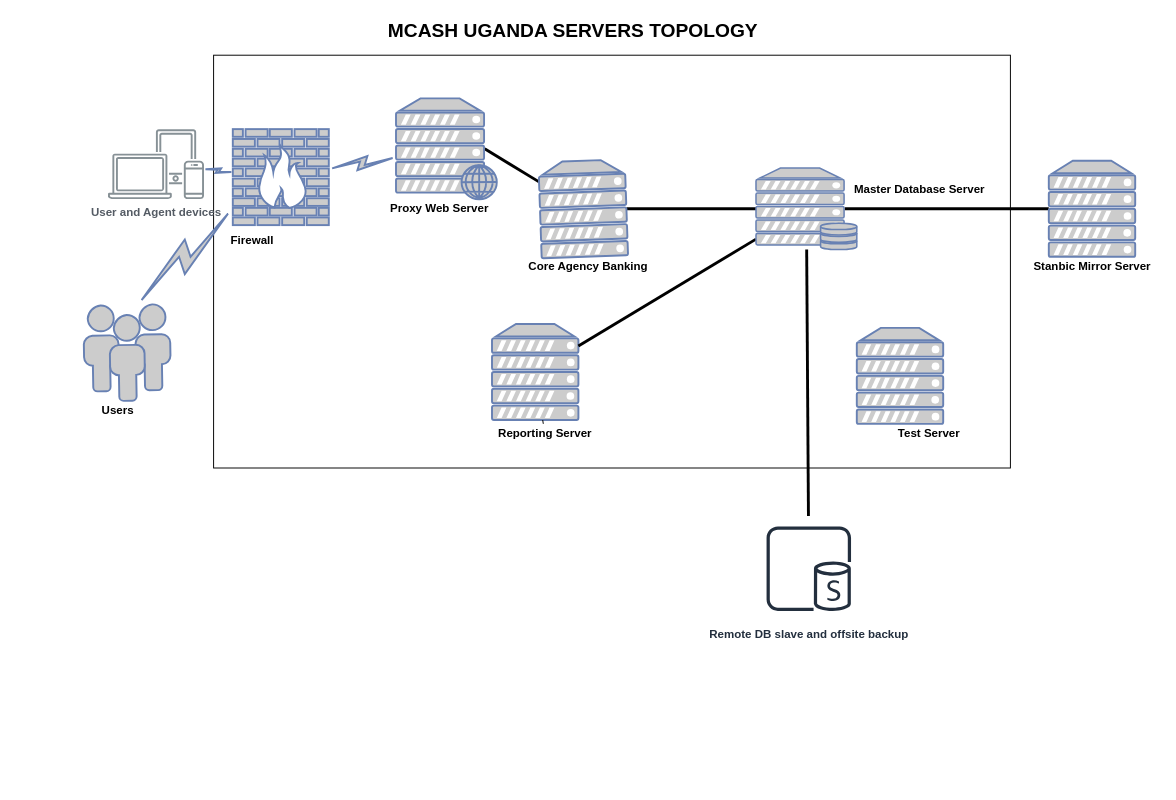
Before: Untitled Diagram.drawio in aaronmaj/diagrams, a draw.io diagram. Source tidied: cells renumbered, new cells numbered last; positions are measured from the earlier drawing's top-left corner, leaving out a move shared by most shapes. Both pictures are drawn from the tidied source at 96%, with x=0, y=0 at pixel (84, 16).
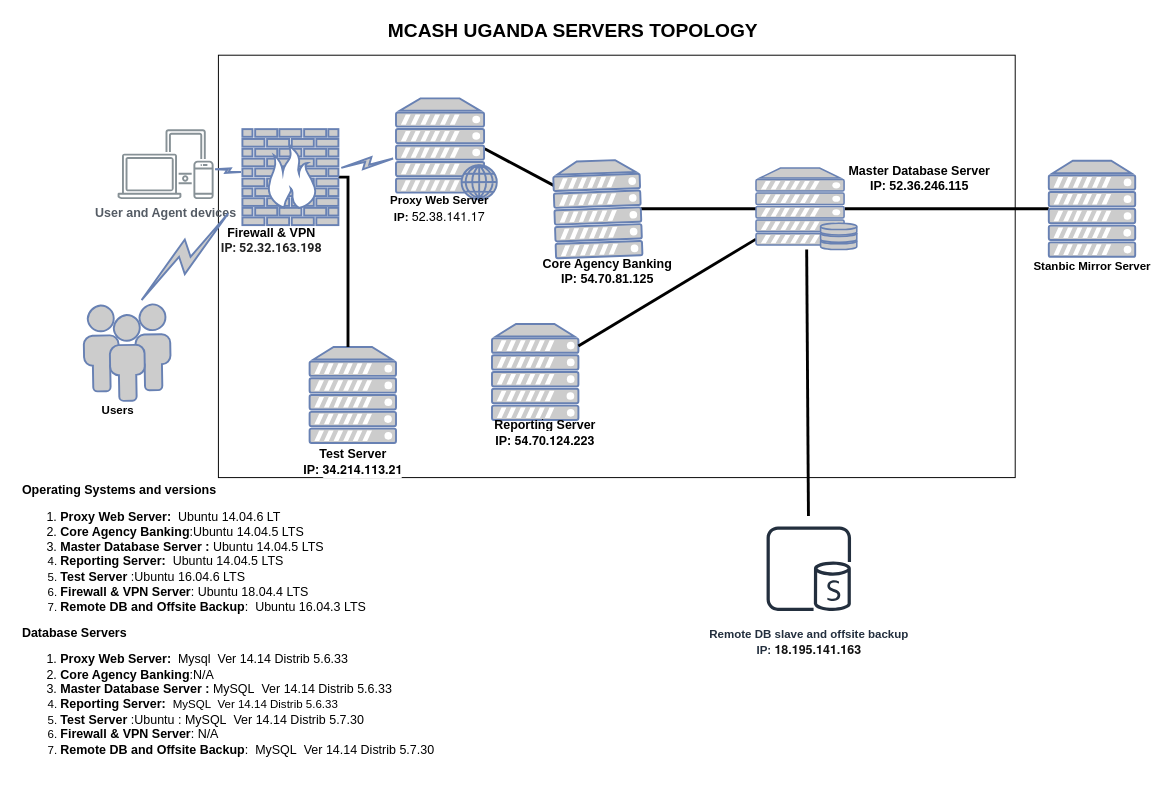
The same diagram, later.

What changed in the source:
```diff
@@
     <mxCell id="2" style="rounded=0;whiteSpace=wrap;html=1;" parent="1" vertex="1">
-      <mxGeometry x="135" y="40" width="830" height="430" as="geometry" />
+      <mxGeometry x="140" y="40" width="830" height="440" as="geometry" />
     </mxCell>
@@
     <mxCell id="8" style="fontColor=#0066CC;verticalAlign=top;verticalLabelPosition=bottom;labelPosition=center;align=center;html=1;outlineConnect=0;fillColor=#CCCCCC;strokeColor=#6881B3;gradientColor=none;gradientDirection=north;strokeWidth=2;shape=mxgraph.networks.server;rotation=-2;" parent="1" vertex="1">
-      <mxGeometry x="475" y="150" width="90" height="100" as="geometry" />
+      <mxGeometry x="490" y="150" width="90" height="100" as="geometry" />
     </mxCell>
@@
-    <mxCell id="10" value="&lt;b&gt;User and Agent devices&lt;/b&gt;" style="outlineConnect=0;gradientColor=none;fontColor=#545B64;strokeColor=none;fillColor=#879196;dashed=0;verticalLabelPosition=bottom;verticalAlign=top;align=center;html=1;fontSize=12;fontStyle=0;shape=mxgraph.aws4.illustration_devices;" parent="1" vertex="1">
-      <mxGeometry x="25" y="117" width="100" height="73" as="geometry" />
+    <mxCell id="10" value="&lt;b&gt;&lt;font style=&quot;font-size: 13px&quot;&gt;User and Agent devices&lt;/font&gt;&lt;/b&gt;" style="outlineConnect=0;gradientColor=none;fontColor=#545B64;strokeColor=none;fillColor=#879196;dashed=0;verticalLabelPosition=bottom;verticalAlign=top;align=center;html=1;fontSize=12;fontStyle=0;shape=mxgraph.aws4.illustration_devices;" parent="1" vertex="1">
+      <mxGeometry x="35" y="117" width="100" height="73" as="geometry" />
     </mxCell>
@@
     <mxCell id="17" style="fontColor=#0066CC;verticalAlign=top;verticalLabelPosition=bottom;labelPosition=center;align=center;html=1;outlineConnect=0;fillColor=#CCCCCC;strokeColor=#6881B3;gradientColor=none;gradientDirection=north;strokeWidth=2;shape=mxgraph.networks.server;" parent="1" vertex="1">
-      <mxGeometry x="805" y="324" width="90" height="100" as="geometry" />
+      <mxGeometry x="235" y="344" width="90" height="100" as="geometry" />
     </mxCell>
@@
-    <mxCell id="19" value="&lt;b&gt;Proxy Web Server&lt;/b&gt;" style="text;html=1;align=center;verticalAlign=middle;fillColor=none;strokeColor=none;rounded=0;" parent="1" vertex="1">
-      <mxGeometry x="310" y="190" width="120" height="20" as="geometry" />
+    <mxCell id="19" value="&lt;b&gt;Proxy Web Server&lt;br&gt;IP:&amp;nbsp;&lt;/b&gt;&lt;a style=&quot;border-radius: 2px ; padding: 0px ; cursor: pointer ; background-color: rgb(255 , 255 , 255) ; font-family: &amp;#34;helvetica neue&amp;#34; , &amp;#34;roboto&amp;#34; , &amp;#34;arial&amp;#34; , sans-serif ; font-size: 13px&quot;&gt;52.38.141.17&lt;/a&gt;&lt;b&gt;&lt;br&gt;&lt;/b&gt;" style="text;html=1;align=center;verticalAlign=middle;fillColor=none;strokeColor=none;rounded=0;" parent="1" vertex="1">
+      <mxGeometry x="310" y="185" width="120" height="30" as="geometry" />
     </mxCell>
-    <mxCell id="20" value="&lt;b&gt;Core Agency Banking&lt;/b&gt;" style="text;html=1;align=center;verticalAlign=middle;fillColor=none;strokeColor=none;rounded=0;" parent="1" vertex="1">
-      <mxGeometry x="455" y="250" width="140" height="20" as="geometry" />
+    <mxCell id="20" value="&lt;font&gt;&lt;span style=&quot;font-size: 13px&quot;&gt;&lt;b&gt;Core Agency Banking&lt;/b&gt;&lt;/span&gt;&lt;br&gt;&lt;span style=&quot;font-size: 13px&quot;&gt;&lt;b&gt;IP: 54.70.81.125&lt;/b&gt;&lt;/span&gt;&lt;br&gt;&lt;/font&gt;" style="text;html=1;align=center;verticalAlign=middle;fillColor=none;strokeColor=none;rounded=0;" parent="1" vertex="1">
+      <mxGeometry x="470" y="250" width="150" height="30" as="geometry" />
     </mxCell>
-    <mxCell id="21" value="&lt;b&gt;Master Database Server&lt;/b&gt;" style="text;html=1;align=center;verticalAlign=middle;fillColor=none;strokeColor=none;rounded=0;" parent="1" vertex="1">
-      <mxGeometry x="795" y="170" width="150" height="20" as="geometry" />
+    <mxCell id="21" value="&lt;font&gt;&lt;span style=&quot;font-size: 13px&quot;&gt;&lt;b&gt;Master Database Server&lt;/b&gt;&lt;/span&gt;&lt;br&gt;&lt;span style=&quot;font-size: 13px&quot;&gt;&lt;b&gt;IP: 52.36.246.115&lt;/b&gt;&lt;/span&gt;&lt;br&gt;&lt;/font&gt;" style="text;html=1;align=center;verticalAlign=middle;fillColor=none;strokeColor=none;rounded=0;" parent="1" vertex="1">
+      <mxGeometry x="790" y="152.5" width="160" height="30" as="geometry" />
     </mxCell>
@@
-    <mxCell id="23" value="&lt;b&gt;Reporting Server&lt;/b&gt;" style="text;html=1;align=center;verticalAlign=middle;points=[];fillColor=none;strokeColor=none;rounded=0;" parent="1" vertex="1">
-      <mxGeometry x="425" y="424" width="110" height="20" as="geometry" />
+    <mxCell id="23" value="&lt;b&gt;&lt;font style=&quot;font-size: 13px&quot;&gt;Reporting Server&lt;br&gt;IP:&amp;nbsp;&lt;/font&gt;&lt;a style=&quot;border-radius: 2px ; padding: 0px ; cursor: pointer ; background-color: rgb(255 , 255 , 255) ; font-family: &amp;#34;helvetica neue&amp;#34; , &amp;#34;roboto&amp;#34; , &amp;#34;arial&amp;#34; , sans-serif ; font-size: 13px&quot;&gt;54.70.124.223&lt;/a&gt;&lt;font style=&quot;font-size: 13px&quot;&gt;&lt;br&gt;&lt;/font&gt;&lt;/b&gt;" style="text;html=1;align=center;verticalAlign=middle;points=[];fillColor=none;strokeColor=none;rounded=0;" parent="1" vertex="1">
+      <mxGeometry x="420" y="419" width="120" height="30" as="geometry" />
     </mxCell>
-    <mxCell id="24" value="&lt;b&gt;Test Server&lt;/b&gt;" style="text;html=1;align=center;verticalAlign=middle;fillColor=none;strokeColor=none;rounded=0;" parent="1" vertex="1">
-      <mxGeometry x="840" y="424" width="80" height="20" as="geometry" />
+    <mxCell id="24" value="&lt;b&gt;&lt;font style=&quot;font-size: 13px&quot;&gt;Test Server&lt;br&gt;IP:&amp;nbsp;&lt;/font&gt;&lt;a style=&quot;border-radius: 2px ; padding: 0px ; cursor: pointer ; background-color: rgb(255 , 255 , 255) ; font-family: &amp;#34;helvetica neue&amp;#34; , &amp;#34;roboto&amp;#34; , &amp;#34;arial&amp;#34; , sans-serif ; font-size: 13px&quot;&gt;34.214.113.21&lt;/a&gt;&lt;font style=&quot;font-size: 13px&quot;&gt;&lt;br&gt;&lt;/font&gt;&lt;/b&gt;" style="text;html=1;align=center;verticalAlign=middle;fillColor=none;strokeColor=none;rounded=0;" parent="1" vertex="1">
+      <mxGeometry x="220" y="449" width="120" height="30" as="geometry" />
     </mxCell>
@@
+    <mxCell id="31" style="edgeStyle=orthogonalEdgeStyle;rounded=0;jettySize=auto;html=1;endArrow=none;endFill=0;strokeWidth=3;" parent="1" edge="1" source="26" target="17">
+      <mxGeometry relative="1" as="geometry">
+        <Array as="points">
+          <mxPoint x="275" y="167" />
+        </Array>
+      </mxGeometry>
+    </mxCell>
     <mxCell id="26" style="fontColor=#0066CC;verticalAlign=top;verticalLabelPosition=bottom;labelPosition=center;align=center;html=1;outlineConnect=0;fillColor=#CCCCCC;strokeColor=#6881B3;gradientColor=none;gradientDirection=north;strokeWidth=2;shape=mxgraph.networks.firewall;" parent="1" vertex="1">
-      <mxGeometry x="155" y="117" width="100" height="100" as="geometry" />
+      <mxGeometry x="165" y="117" width="100" height="100" as="geometry" />
     </mxCell>
@@
-    <mxCell id="28" value="&lt;b&gt;Remote DB slave and offsite backup&lt;/b&gt;" style="outlineConnect=0;fontColor=#232F3E;gradientColor=none;strokeColor=#232F3E;fillColor=#ffffff;dashed=0;verticalLabelPosition=bottom;verticalAlign=top;align=center;html=1;fontSize=12;fontStyle=0;shape=mxgraph.aws4.resourceIcon;resIcon=mxgraph.aws4.sql_replica;" parent="1" vertex="1">
+    <mxCell id="28" value="&lt;b&gt;Remote DB slave and offsite backup&lt;br&gt;IP:&amp;nbsp;&lt;/b&gt;&lt;a style=&quot;border-radius: 2px ; padding: 0px ; cursor: pointer ; background-color: rgb(255 , 255 , 255) ; font-family: &amp;#34;helvetica neue&amp;#34; , &amp;#34;roboto&amp;#34; , &amp;#34;arial&amp;#34; , sans-serif ; font-size: 13px&quot;&gt;&lt;font color=&quot;#121212&quot;&gt;&lt;b&gt;18.195.141.163&lt;/b&gt;&lt;/font&gt;&lt;/a&gt;&lt;b&gt;&lt;br&gt;&lt;/b&gt;" style="outlineConnect=0;fontColor=#232F3E;gradientColor=none;strokeColor=#232F3E;fillColor=#ffffff;dashed=0;verticalLabelPosition=bottom;verticalAlign=top;align=center;html=1;fontSize=12;fontStyle=0;shape=mxgraph.aws4.resourceIcon;resIcon=mxgraph.aws4.sql_replica;" parent="1" vertex="1">
       <mxGeometry x="700" y="520" width="110" height="110" as="geometry" />
     </mxCell>
@@
-    <mxCell id="30" value="Firewall" style="text;html=1;align=center;verticalAlign=middle;fillColor=none;strokeColor=none;rounded=0;fontStyle=1;" parent="1" vertex="1">
-      <mxGeometry x="145" y="222.5" width="60" height="20" as="geometry" />
+    <mxCell id="30" value="&lt;font&gt;&lt;span style=&quot;font-size: 13px&quot;&gt;Firewall &amp;amp; VPN&lt;/span&gt;&lt;br&gt;&lt;span style=&quot;color: rgb(34 , 34 , 34) ; font-family: &amp;#34;roboto&amp;#34; , &amp;#34;arial&amp;#34; , sans-serif ; text-align: left ; background-color: rgb(255 , 255 , 255)&quot;&gt;&lt;font style=&quot;font-size: 13px&quot;&gt;IP: 52.32.163.198&lt;/font&gt;&lt;/span&gt;&lt;br&gt;&lt;/font&gt;" style="text;html=1;align=center;verticalAlign=middle;fillColor=none;strokeColor=none;rounded=0;fontStyle=1;" parent="1" vertex="1">
+      <mxGeometry x="135" y="217.5" width="120" height="30" as="geometry" />
     </mxCell>
+    <mxCell id="32" value="&lt;div style=&quot;text-align: left&quot;&gt;&lt;div&gt;&lt;span style=&quot;font-size: 13px&quot;&gt;&lt;b&gt;Operating Systems and versions&lt;/b&gt;&lt;/span&gt;&lt;/div&gt;&lt;ol&gt;&lt;li style=&quot;font-size: 13px&quot;&gt;&lt;font style=&quot;font-size: 13px&quot;&gt;&lt;b&gt;Proxy Web Server:&amp;nbsp;&lt;/b&gt;&lt;span&gt;&amp;nbsp;Ubuntu 14.04.6 LT&lt;/span&gt;&lt;/font&gt;&lt;/li&gt;&lt;li style=&quot;font-size: 13px&quot;&gt;&lt;font style=&quot;font-size: 13px&quot;&gt;&lt;b&gt;Core Agency Banking&lt;/b&gt;&lt;span&gt;:Ubuntu 14.04.5 LTS&lt;/span&gt;&lt;/font&gt;&lt;/li&gt;&lt;li style=&quot;font-size: 13px&quot;&gt;&lt;font style=&quot;font-size: 13px&quot;&gt;&lt;b&gt;Master Database Server :&lt;/b&gt;&amp;nbsp;&lt;/font&gt;&lt;span&gt;Ubuntu 14.04.5 LTS&lt;/span&gt;&lt;/li&gt;&lt;li&gt;&lt;span style=&quot;font-size: 13px&quot;&gt;&lt;b&gt;Reporting Server:&lt;/b&gt;&amp;nbsp;&lt;/span&gt;&lt;span style=&quot;font-size: 13px&quot;&gt;&amp;nbsp;Ubuntu 14.04.5 LTS&lt;/span&gt;&lt;/li&gt;&lt;li&gt;&lt;span style=&quot;font-size: 13px&quot;&gt;&lt;b&gt;Test Server&lt;/b&gt; :Ubuntu 16.04.6 LTS&lt;/span&gt;&lt;br&gt;&lt;/li&gt;&lt;li&gt;&lt;span style=&quot;font-size: 13px&quot;&gt;&lt;b&gt;Firewall &amp;amp; VPN Server&lt;/b&gt;:&amp;nbsp;&lt;/span&gt;&lt;span style=&quot;font-size: 13px&quot;&gt;Ubuntu 18.04.4 LTS&lt;/span&gt;&lt;/li&gt;&lt;li&gt;&lt;span style=&quot;font-size: 13px&quot;&gt;&lt;b&gt;Remote DB and Offsite Backup&lt;/b&gt;:&amp;nbsp;&amp;nbsp;Ubuntu 16.04.3 LTS&lt;/span&gt;&lt;/li&gt;&lt;/ol&gt;&lt;/div&gt;&lt;div style=&quot;text-align: left ; font-size: 13px&quot;&gt;&lt;font style=&quot;font-size: 13px&quot;&gt;&lt;span&gt;&lt;b&gt;Database Servers&lt;/b&gt;&lt;/span&gt;&lt;/font&gt;&lt;/div&gt;&lt;div style=&quot;text-align: left&quot;&gt;&lt;ol&gt;&lt;li style=&quot;font-size: 13px&quot;&gt;&lt;b&gt;Proxy Web Server:&amp;nbsp;&lt;/b&gt;&amp;nbsp;Mysql&amp;nbsp; Ver 14.14 Distrib 5.6.33&lt;/li&gt;&lt;li style=&quot;font-size: 13px&quot;&gt;&lt;b&gt;Core Agency Banking&lt;/b&gt;:N/A&lt;/li&gt;&lt;li style=&quot;font-size: 13px&quot;&gt;&lt;b&gt;Master Database Server :&lt;/b&gt;&amp;nbsp;MySQL&amp;nbsp; Ver 14.14 Distrib 5.6.33&lt;/li&gt;&lt;li style=&quot;font-size: 12px&quot;&gt;&lt;span style=&quot;font-size: 13px&quot;&gt;&lt;b&gt;Reporting Server:&lt;/b&gt;&amp;nbsp;&lt;/span&gt;&lt;span style=&quot;font-size: 13px&quot;&gt;&amp;nbsp;&lt;/span&gt;MySQL&amp;nbsp; Ver 14.14 Distrib 5.6.33&lt;/li&gt;&lt;li&gt;&lt;span style=&quot;font-size: 13px&quot;&gt;&lt;b&gt;Test Server&lt;/b&gt;&amp;nbsp;:Ubuntu :&amp;nbsp;MySQL&amp;nbsp; Ver 14.14 Distrib 5.7.30&lt;/span&gt;&lt;br&gt;&lt;/li&gt;&lt;li style=&quot;font-size: 12px&quot;&gt;&lt;span style=&quot;font-size: 13px&quot;&gt;&lt;b&gt;Firewall &amp;amp; VPN Server&lt;/b&gt;:&amp;nbsp;&lt;/span&gt;&lt;span style=&quot;font-size: 13px&quot;&gt;N/A&lt;/span&gt;&lt;/li&gt;&lt;li&gt;&lt;span style=&quot;font-size: 13px&quot;&gt;&lt;b&gt;Remote DB and Offsite Backup&lt;/b&gt;:&amp;nbsp;&amp;nbsp;MySQL&amp;nbsp; Ver 14.14 Distrib 5.7.30&lt;/span&gt;&lt;/li&gt;&lt;/ol&gt;&lt;/div&gt;&lt;div style=&quot;text-align: left ; font-size: 13px&quot;&gt;&lt;font style=&quot;font-size: 13px&quot;&gt;&lt;span&gt;&lt;br&gt;&lt;/span&gt;&lt;/font&gt;&lt;/div&gt;" style="text;html=1;align=center;verticalAlign=middle;fillColor=none;strokeColor=none;rounded=0;" parent="1" vertex="1">
+      <mxGeometry x="-70" y="497" width="440" height="290" as="geometry" />
+    </mxCell>
```
